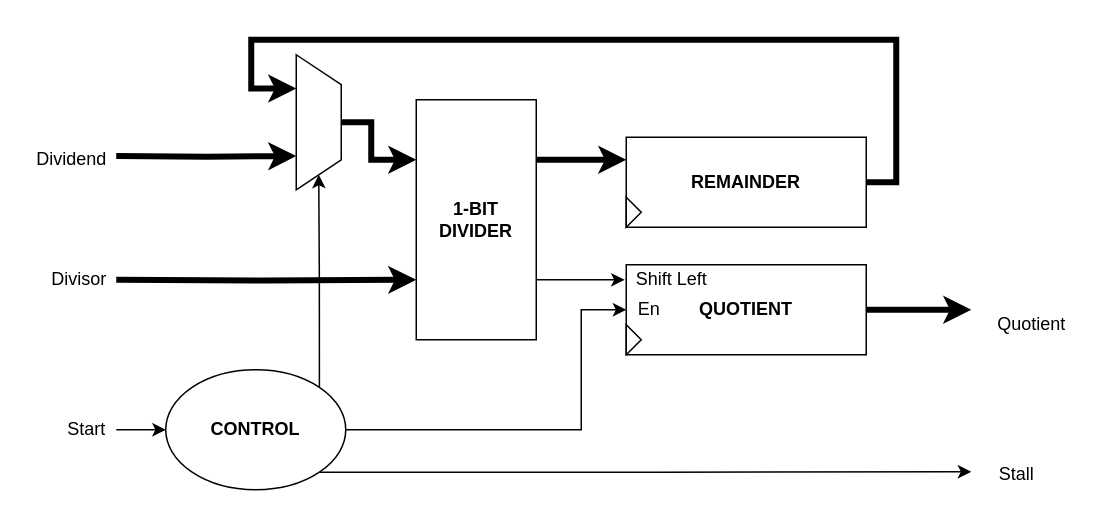
Above: page "Mantissa Divider" (6 of 9) of Diagrams/RV64IF_official.drawio in hohaicongthuan/RV64IF (draw.io), before the change. Source tidied: cells renumbered, new cells numbered last; positions are measured from the earlier drawing's top-left corner, leaving out a move shared by most shapes. Both pictures are drawn from the tidied source at 150%, with x=0, y=0 at pixel (26, 39).
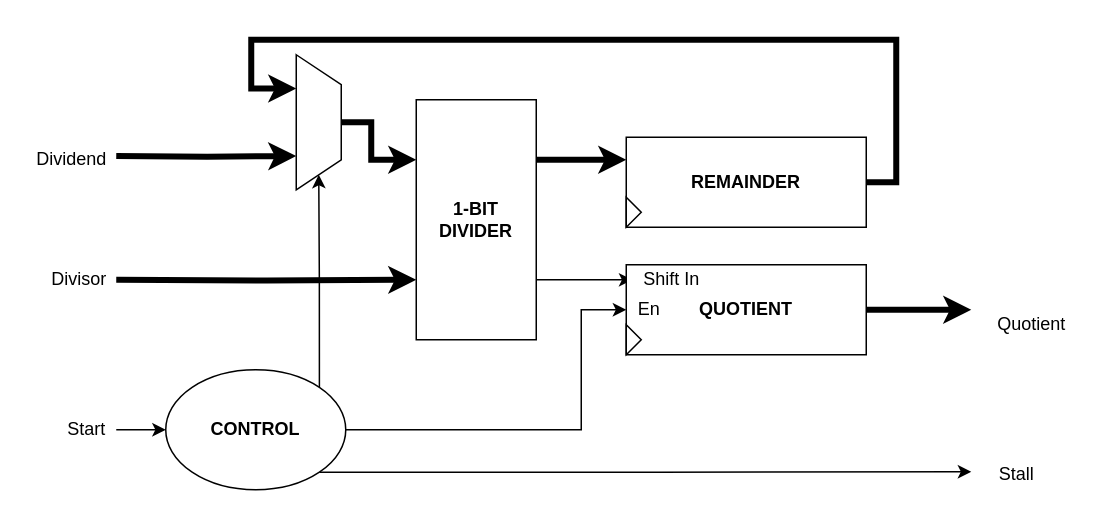
The same page after the edit.

Change to the diagram source:
```diff
@@
-    <mxCell id="7" value="Shift Left" style="text;html=1;align=center;verticalAlign=middle;points=[];strokeColor=none;fillColor=none;" parent="1" vertex="1">
-      <mxGeometry x="400" y="150" width="60" height="20" as="geometry" />
+    <mxCell id="7" value="Shift In" style="text;html=1;align=center;verticalAlign=middle;points=[];strokeColor=none;fillColor=none;" parent="1" vertex="1">
+      <mxGeometry x="405" y="150" width="50" height="20" as="geometry" />
     </mxCell>
```
